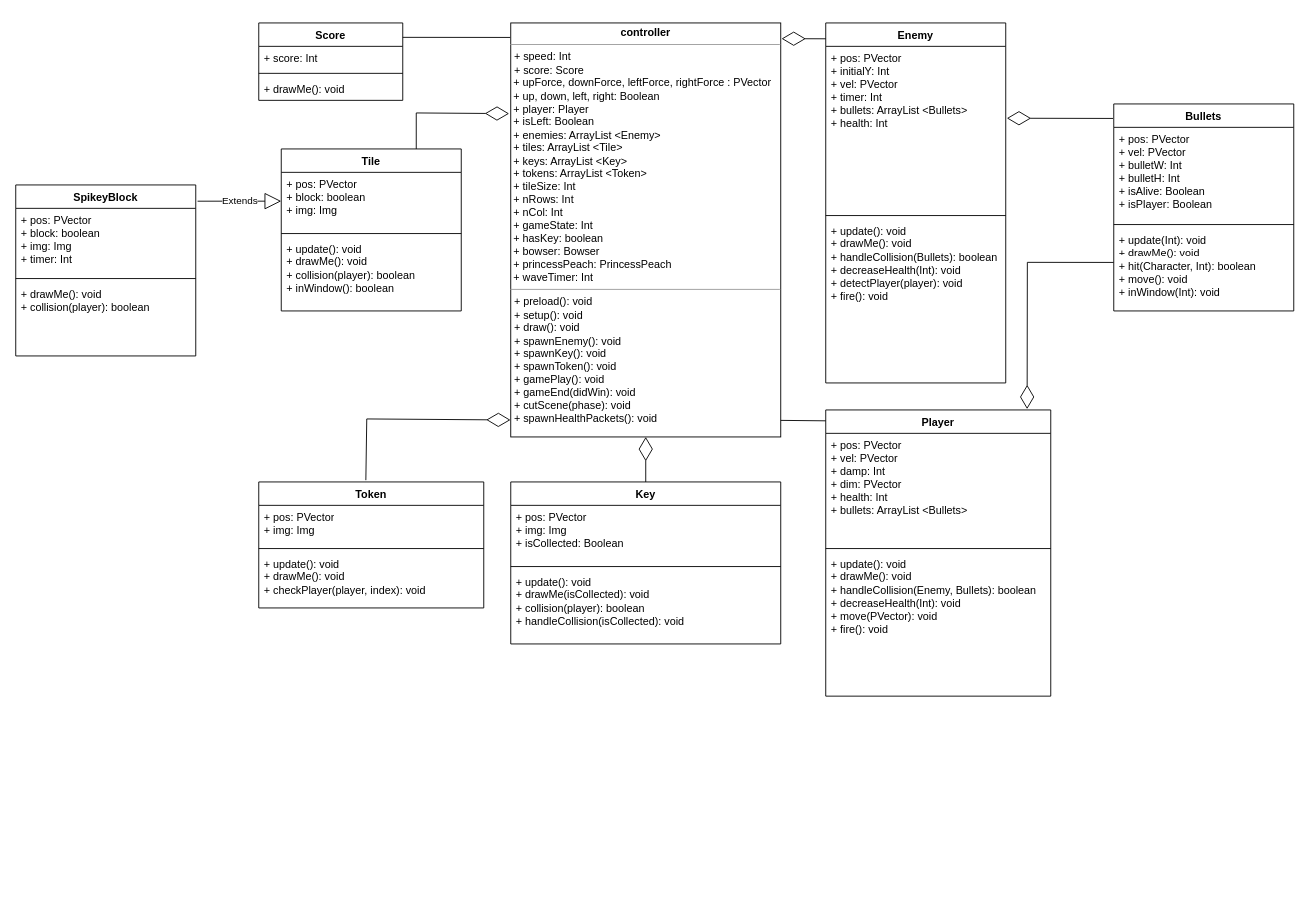
Above: Untitled Diagram.drawio in harjotsk03/wireframeTest (draw.io), before the change. Source tidied: cells renumbered, new cells numbered last; positions are measured from the earlier drawing's top-left corner, leaving out a move shared by most shapes. Both pictures are drawn from the tidied source at 90%, with x=0, y=0 at pixel (15, 22).
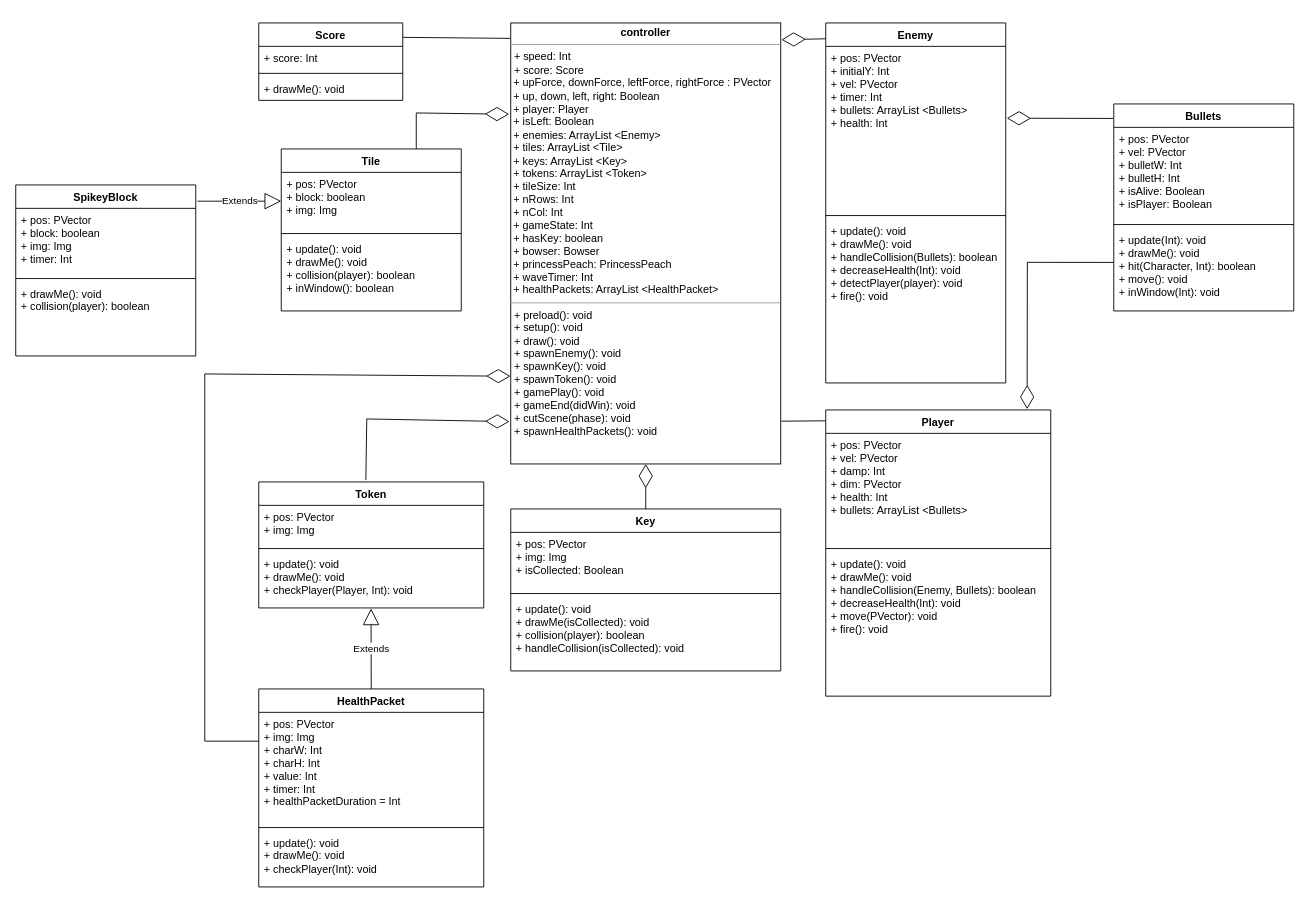
Above is the later version.

Commit message:
add healthPackets class

The change refers to these unchanged cells:
```xml
<mxCell id="7" value="Player" style="swimlane;fontStyle=1;align=center;verticalAlign=top;horizontal=1;startSize=26;whiteSpace=wrap;html=1;" parent="1" vertex="1">
  <mxGeometry x="900" y="430" width="250" height="318" as="geometry" />
</mxCell>
<mxCell id="17" value="Tile" style="swimlane;fontStyle=1;align=center;verticalAlign=top;horizontal=1;startSize=26;whiteSpace=wrap;html=1;" parent="1" vertex="1">
  <mxGeometry x="295" y="140" width="200" height="180" as="geometry" />
</mxCell>
<mxCell id="32" value="Token" style="swimlane;fontStyle=1;align=center;verticalAlign=top;horizontal=1;startSize=26;whiteSpace=wrap;html=1;" parent="1" vertex="1">
  <mxGeometry x="270" y="510" width="250" height="140" as="geometry" />
</mxCell>
```

Change to the diagram source:
```diff
@@
-    <mxCell id="2" value="&lt;p style=&quot;margin:0px;margin-top:4px;text-align:center;&quot;&gt;&lt;b&gt;controller&lt;/b&gt;&lt;/p&gt;&lt;hr size=&quot;1&quot;&gt;&lt;p style=&quot;margin:0px;margin-left:4px;&quot;&gt;+ speed: Int&lt;br&gt;+ score: Score&lt;/p&gt;&amp;nbsp;+ upForce, downForce, leftForce, rightForce : PVector&lt;div&gt;&amp;nbsp;+ up, down, left, right: Boolean&lt;/div&gt;&lt;div&gt;&amp;nbsp;+ player: Player&lt;/div&gt;&lt;div&gt;&amp;nbsp;+ isLeft: Boolean&lt;/div&gt;&lt;div&gt;&amp;nbsp;&lt;span style=&quot;background-color: initial;&quot;&gt;+ enemies: ArrayList &amp;lt;Enemy&amp;gt;&lt;/span&gt;&lt;/div&gt;&lt;div&gt;&amp;nbsp;+ tiles: ArrayList &amp;lt;Tile&amp;gt;&lt;span style=&quot;background-color: initial;&quot;&gt;&lt;br&gt;&lt;/span&gt;&lt;/div&gt;&lt;div&gt;&amp;nbsp;+ keys: ArrayList &amp;lt;Key&amp;gt;&lt;br&gt;&lt;/div&gt;&lt;div&gt;&amp;nbsp;+ tokens: ArrayList &amp;lt;Token&amp;gt;&lt;/div&gt;&lt;div&gt;&amp;nbsp;+ tileSize: Int&lt;br&gt;&lt;/div&gt;&lt;div&gt;&amp;nbsp;+ nRows: Int&lt;/div&gt;&lt;div&gt;&amp;nbsp;+ nCol: Int&lt;/div&gt;&lt;div&gt;&amp;nbsp;+ gameState: Int&lt;/div&gt;&lt;div&gt;&amp;nbsp;+ hasKey: boolean&lt;/div&gt;&lt;div&gt;&amp;nbsp;+ bowser: Bowser&lt;/div&gt;&lt;div&gt;&amp;nbsp;+ princessPeach: PrincessPeach&lt;/div&gt;&lt;div&gt;&amp;nbsp;+ waveTimer: Int&lt;/div&gt;&lt;div&gt;&lt;hr size=&quot;1&quot;&gt;&lt;p style=&quot;margin:0px;margin-left:4px;&quot;&gt;+ preload(): void&lt;/p&gt;&lt;p style=&quot;margin:0px;margin-left:4px;&quot;&gt;+ setup(): void&lt;/p&gt;&lt;p style=&quot;margin:0px;margin-left:4px;&quot;&gt;+ draw(): void&lt;/p&gt;&lt;p style=&quot;margin:0px;margin-left:4px;&quot;&gt;+ spawnEnemy(): void&lt;/p&gt;&lt;p style=&quot;margin:0px;margin-left:4px;&quot;&gt;+ spawnKey(): void&lt;/p&gt;&lt;p style=&quot;margin:0px;margin-left:4px;&quot;&gt;+ spawnToken(): void&lt;/p&gt;&lt;p style=&quot;margin:0px;margin-left:4px;&quot;&gt;+ gamePlay(): void&lt;/p&gt;&lt;p style=&quot;margin:0px;margin-left:4px;&quot;&gt;+ gameEnd(didWin): void&lt;/p&gt;&lt;p style=&quot;margin:0px;margin-left:4px;&quot;&gt;+ cutScene(phase): void&lt;/p&gt;&lt;p style=&quot;margin:0px;margin-left:4px;&quot;&gt;+ spawnHealthPackets(): void&lt;/p&gt;&lt;/div&gt;" style="verticalAlign=top;align=left;overflow=fill;fontSize=12;fontFamily=Helvetica;html=1;rounded=0;shadow=0;comic=0;labelBackgroundColor=none;strokeWidth=1;" parent="1" vertex="1">
-      <mxGeometry x="550" width="300" height="460" as="geometry" />
+    <mxCell id="2" value="&lt;p style=&quot;margin:0px;margin-top:4px;text-align:center;&quot;&gt;&lt;b&gt;controller&lt;/b&gt;&lt;/p&gt;&lt;hr size=&quot;1&quot;&gt;&lt;p style=&quot;margin:0px;margin-left:4px;&quot;&gt;+ speed: Int&lt;br&gt;+ score: Score&lt;/p&gt;&amp;nbsp;+ upForce, downForce, leftForce, rightForce : PVector&lt;div&gt;&amp;nbsp;+ up, down, left, right: Boolean&lt;/div&gt;&lt;div&gt;&amp;nbsp;+ player: Player&lt;/div&gt;&lt;div&gt;&amp;nbsp;+ isLeft: Boolean&lt;/div&gt;&lt;div&gt;&amp;nbsp;&lt;span style=&quot;background-color: initial;&quot;&gt;+ enemies: ArrayList &amp;lt;Enemy&amp;gt;&lt;/span&gt;&lt;/div&gt;&lt;div&gt;&amp;nbsp;+ tiles: ArrayList &amp;lt;Tile&amp;gt;&lt;span style=&quot;background-color: initial;&quot;&gt;&lt;br&gt;&lt;/span&gt;&lt;/div&gt;&lt;div&gt;&amp;nbsp;+ keys: ArrayList &amp;lt;Key&amp;gt;&lt;br&gt;&lt;/div&gt;&lt;div&gt;&amp;nbsp;+ tokens: ArrayList &amp;lt;Token&amp;gt;&lt;/div&gt;&lt;div&gt;&amp;nbsp;+ tileSize: Int&lt;br&gt;&lt;/div&gt;&lt;div&gt;&amp;nbsp;+ nRows: Int&lt;/div&gt;&lt;div&gt;&amp;nbsp;+ nCol: Int&lt;/div&gt;&lt;div&gt;&amp;nbsp;+ gameState: Int&lt;/div&gt;&lt;div&gt;&amp;nbsp;+ hasKey: boolean&lt;/div&gt;&lt;div&gt;&amp;nbsp;+ bowser: Bowser&lt;/div&gt;&lt;div&gt;&amp;nbsp;+ princessPeach: PrincessPeach&lt;/div&gt;&lt;div&gt;&amp;nbsp;+ waveTimer: Int&lt;/div&gt;&lt;div&gt;&amp;nbsp;+ healthPackets: ArrayList &amp;lt;HealthPacket&amp;gt;&lt;/div&gt;&lt;div&gt;&lt;hr size=&quot;1&quot;&gt;&lt;p style=&quot;margin:0px;margin-left:4px;&quot;&gt;+ preload(): void&lt;/p&gt;&lt;p style=&quot;margin:0px;margin-left:4px;&quot;&gt;+ setup(): void&lt;/p&gt;&lt;p style=&quot;margin:0px;margin-left:4px;&quot;&gt;+ draw(): void&lt;/p&gt;&lt;p style=&quot;margin:0px;margin-left:4px;&quot;&gt;+ spawnEnemy(): void&lt;/p&gt;&lt;p style=&quot;margin:0px;margin-left:4px;&quot;&gt;+ spawnKey(): void&lt;/p&gt;&lt;p style=&quot;margin:0px;margin-left:4px;&quot;&gt;+ spawnToken(): void&lt;/p&gt;&lt;p style=&quot;margin:0px;margin-left:4px;&quot;&gt;+ gamePlay(): void&lt;/p&gt;&lt;p style=&quot;margin:0px;margin-left:4px;&quot;&gt;+ gameEnd(didWin): void&lt;/p&gt;&lt;p style=&quot;margin:0px;margin-left:4px;&quot;&gt;+ cutScene(phase): void&lt;/p&gt;&lt;p style=&quot;margin:0px;margin-left:4px;&quot;&gt;+ spawnHealthPackets(): void&lt;/p&gt;&lt;/div&gt;" style="verticalAlign=top;align=left;overflow=fill;fontSize=12;fontFamily=Helvetica;html=1;rounded=0;shadow=0;comic=0;labelBackgroundColor=none;strokeWidth=1;" parent="1" vertex="1">
+      <mxGeometry x="550" width="300" height="490" as="geometry" />
     </mxCell>
@@
-    <mxCell id="21" style="endArrow=diamondThin;endFill=0;endSize=24;html=1;rounded=0;exitX=0.75;exitY=0;exitDx=0;exitDy=0;entryX=-0.006;entryY=0.219;entryDx=0;entryDy=0;entryPerimeter=0;" parent="1" edge="1" source="17" target="2">
+    <mxCell id="21" style="endArrow=diamondThin;endFill=0;endSize=24;html=1;rounded=0;exitX=0.75;exitY=0;exitDx=0;exitDy=0;entryX=-0.006;entryY=0.207;entryDx=0;entryDy=0;entryPerimeter=0;" parent="1" edge="1" source="17" target="2">
       <mxGeometry relative="1" as="geometry">
         <Array as="points">
           <mxPoint x="445" y="100" />
         </Array>
       </mxGeometry>
     </mxCell>
@@
     <mxCell id="27" value="Key" style="swimlane;fontStyle=1;align=center;verticalAlign=top;horizontal=1;startSize=26;whiteSpace=wrap;html=1;" parent="1" vertex="1">
-      <mxGeometry x="550" y="510" width="300" height="180" as="geometry" />
+      <mxGeometry x="550" y="540" width="300" height="180" as="geometry" />
     </mxCell>
@@
-    <mxCell id="35" value="+ update(): void&lt;div&gt;+ drawMe(): void&lt;div&gt;+ checkPlayer(player, index): void&lt;/div&gt;&lt;/div&gt;&lt;div&gt;&lt;br&gt;&lt;/div&gt;" style="text;strokeColor=none;fillColor=none;align=left;verticalAlign=top;spacingLeft=4;spacingRight=4;overflow=hidden;points=[[0,0.5],[1,0.5]];portConstraint=eastwest;whiteSpace=wrap;html=1;" parent="32" vertex="1">
+    <mxCell id="35" value="+ update(): void&lt;div&gt;+ drawMe(): void&lt;div&gt;+ checkPlayer(Player, Int): void&lt;/div&gt;&lt;/div&gt;&lt;div&gt;&lt;br&gt;&lt;/div&gt;" style="text;strokeColor=none;fillColor=none;align=left;verticalAlign=top;spacingLeft=4;spacingRight=4;overflow=hidden;points=[[0,0.5],[1,0.5]];portConstraint=eastwest;whiteSpace=wrap;html=1;" parent="32" vertex="1">
       <mxGeometry y="78" width="250" height="62" as="geometry" />
     </mxCell>
-    <mxCell id="36" style="endArrow=diamondThin;endFill=0;endSize=24;html=1;rounded=0;exitX=0.476;exitY=-0.014;exitDx=0;exitDy=0;exitPerimeter=0;entryX=-0.001;entryY=0.959;entryDx=0;entryDy=0;entryPerimeter=0;" parent="1" edge="1" source="32" target="2">
+    <mxCell id="36" style="endArrow=diamondThin;endFill=0;endSize=24;html=1;rounded=0;exitX=0.476;exitY=-0.014;exitDx=0;exitDy=0;exitPerimeter=0;entryX=-0.005;entryY=0.904;entryDx=0;entryDy=0;entryPerimeter=0;" parent="1" edge="1" source="32" target="2">
       <mxGeometry relative="1" as="geometry">
         <Array as="points">
           <mxPoint x="390" y="440" />
         </Array>
       </mxGeometry>
     </mxCell>
-    <mxCell id="37" style="endArrow=none;html=1;rounded=0;entryX=0;entryY=0.038;entryDx=0;entryDy=0;entryPerimeter=0;exitX=1;exitY=0.96;exitDx=0;exitDy=0;exitPerimeter=0;" parent="1" edge="1" source="2" target="7">
+    <mxCell id="37" style="endArrow=none;html=1;rounded=0;entryX=0;entryY=0.038;entryDx=0;entryDy=0;entryPerimeter=0;exitX=1.002;exitY=0.903;exitDx=0;exitDy=0;exitPerimeter=0;" parent="1" edge="1" source="2" target="7">
       <mxGeometry relative="1" as="geometry" />
     </mxCell>
@@
+    <mxCell id="44" value="HealthPacket" style="swimlane;fontStyle=1;align=center;verticalAlign=top;horizontal=1;startSize=26;whiteSpace=wrap;html=1;" parent="1" vertex="1">
+      <mxGeometry x="270" y="740" width="250" height="220" as="geometry" />
+    </mxCell>
+    <mxCell id="45" value="+ pos: PVector&lt;div&gt;+ img: Img&lt;/div&gt;&lt;div&gt;+ charW: Int&lt;/div&gt;&lt;div&gt;+ charH: Int&lt;/div&gt;&lt;div&gt;+ value: Int&lt;/div&gt;&lt;div&gt;+ timer: Int&lt;/div&gt;&lt;div&gt;+ healthPacketDuration = Int&lt;/div&gt;" style="text;strokeColor=none;fillColor=none;align=left;verticalAlign=top;spacingLeft=4;spacingRight=4;overflow=hidden;points=[[0,0.5],[1,0.5]];portConstraint=eastwest;whiteSpace=wrap;html=1;" parent="44" vertex="1">
+      <mxGeometry y="26" width="250" height="124" as="geometry" />
+    </mxCell>
+    <mxCell id="46" style="line;strokeWidth=1;fillColor=none;align=left;verticalAlign=middle;spacingTop=-1;spacingLeft=3;spacingRight=3;labelPosition=right;strokeColor=inherit;" parent="44" vertex="1">
+      <mxGeometry y="150" width="250" height="8" as="geometry" />
+    </mxCell>
+    <mxCell id="47" value="+ update(): void&lt;div&gt;+ drawMe(): void&lt;div&gt;+ checkPlayer(Int): void&lt;/div&gt;&lt;/div&gt;&lt;div&gt;&lt;br&gt;&lt;/div&gt;" style="text;strokeColor=none;fillColor=none;align=left;verticalAlign=top;spacingLeft=4;spacingRight=4;overflow=hidden;whiteSpace=wrap;html=1;" parent="44" vertex="1">
+      <mxGeometry y="158" width="250" height="62" as="geometry" />
+    </mxCell>
+    <mxCell id="48" value="Extends" style="endArrow=block;endSize=16;endFill=0;html=1;rounded=0;exitX=0.5;exitY=0;exitDx=0;exitDy=0;entryX=0.499;entryY=1.009;entryDx=0;entryDy=0;entryPerimeter=0;" parent="1" edge="1" source="44" target="35">
+      <mxGeometry relative="1" as="geometry" />
+    </mxCell>
+    <mxCell id="49" style="endArrow=diamondThin;endFill=0;endSize=24;html=1;rounded=0;exitX=0;exitY=0.258;exitDx=0;exitDy=0;exitPerimeter=0;entryX=-0.001;entryY=0.801;entryDx=0;entryDy=0;entryPerimeter=0;" parent="1" edge="1" source="45" target="2">
+      <mxGeometry relative="1" as="geometry">
+        <Array as="points">
+          <mxPoint x="210" y="798" />
+          <mxPoint x="210" y="390" />
+        </Array>
+      </mxGeometry>
+    </mxCell>
```
